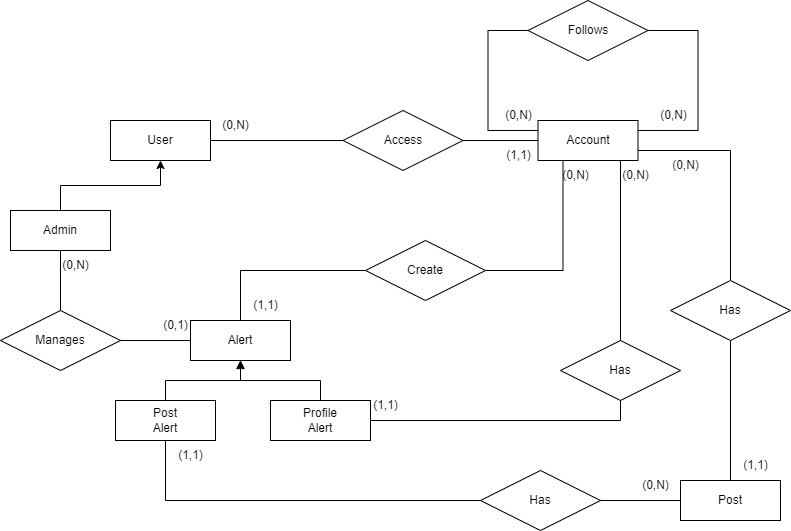
Before: docs/er_social.png, a diagram exported from draw.io (sergiostefanizzi/socialMicroservicesDocs). Source tidied: cells renumbered, new cells last; positions are measured from the earlier drawing's top-left corner, leaving out a move shared by most shapes.
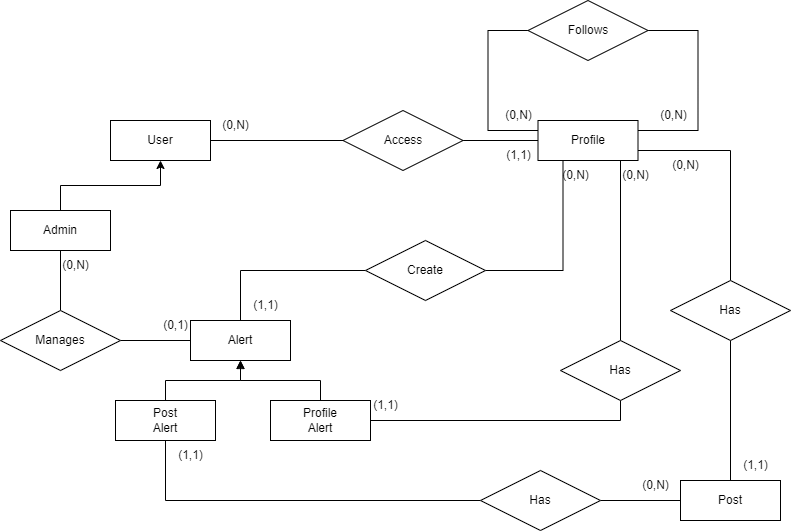
After the change.

Diff of the diagram source:
```diff
@@ -13,7 +13,7 @@
     <mxCell id="3" style="edgeStyle=orthogonalEdgeStyle;rounded=0;jettySize=auto;html=1;exitX=1;exitY=0.75;exitDx=0;exitDy=0;entryX=0.5;entryY=0;entryDx=0;entryDy=0;endArrow=none;endFill=0;" parent="1" edge="1" source="4" target="12">
       <mxGeometry relative="1" as="geometry" />
     </mxCell>
-    <mxCell id="4" value="Account" style="whiteSpace=wrap;html=1;align=center;" parent="1" vertex="1">
+    <mxCell id="4" value="Profile" style="whiteSpace=wrap;html=1;align=center;" parent="1" vertex="1">
       <mxGeometry x="537.5" y="120" width="100" height="40" as="geometry" />
     </mxCell>
     <mxCell id="5" style="edgeStyle=orthogonalEdgeStyle;rounded=0;jettySize=auto;html=1;exitX=1;exitY=0.5;exitDx=0;exitDy=0;entryX=0;entryY=0.5;entryDx=0;entryDy=0;endArrow=none;endFill=0;" parent="1" edge="1" source="6" target="4">
```
